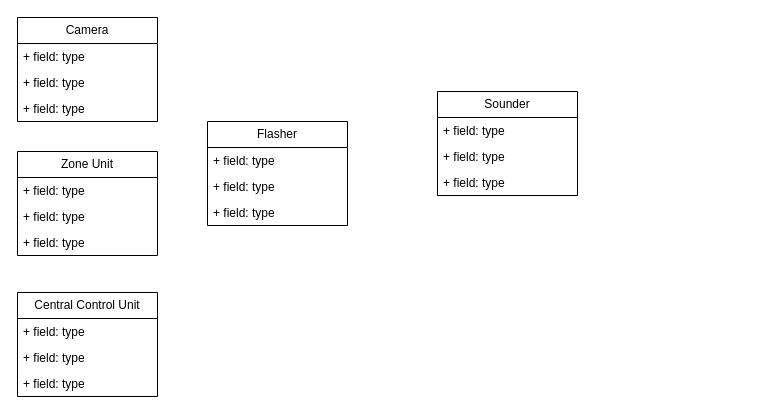
This is week12-workshop11.drawio from antonykimuom/SWEN30006-2025-SM1-workshop1-tuew05-14-00-team-12, a draw.io file, before an edit. Source tidied: cells renumbered, new cells numbered last; positions are measured from the earlier drawing's top-left corner, leaving out a move shared by most shapes. Both pictures are drawn from the tidied source at 100%, with x=0, y=0 at pixel (17, 17).
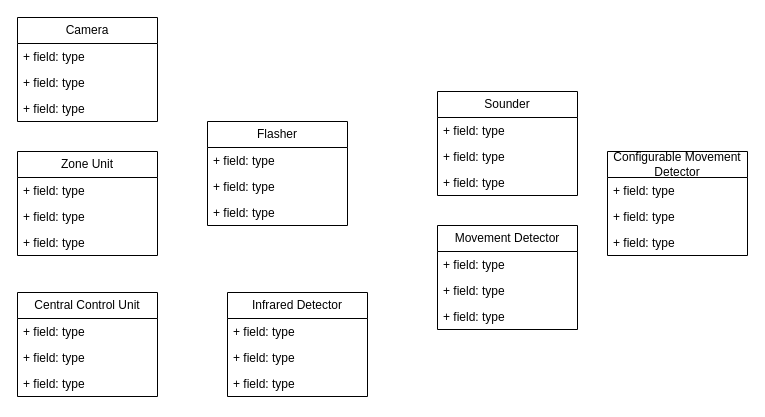
The same diagram, later.

Change to the diagram source:
```diff
@@
+    <mxCell id="22" value="Infrared Detector" style="swimlane;fontStyle=0;horizontal=1;startSize=26;fillColor=none;whiteSpace=wrap;html=1;" parent="1" vertex="1">
+      <mxGeometry x="210" y="275" width="140" height="104" as="geometry" />
+    </mxCell>
+    <mxCell id="23" value="+ field: type" style="text;strokeColor=none;fillColor=none;align=left;verticalAlign=top;spacingLeft=4;spacingRight=4;overflow=hidden;whiteSpace=wrap;html=1;" parent="22" vertex="1">
+      <mxGeometry y="26" width="140" height="26" as="geometry" />
+    </mxCell>
+    <mxCell id="24" value="+ field: type" style="text;strokeColor=none;fillColor=none;align=left;verticalAlign=top;spacingLeft=4;spacingRight=4;overflow=hidden;whiteSpace=wrap;html=1;" parent="22" vertex="1">
+      <mxGeometry y="52" width="140" height="26" as="geometry" />
+    </mxCell>
+    <mxCell id="25" value="+ field: type" style="text;strokeColor=none;fillColor=none;align=left;verticalAlign=top;spacingLeft=4;spacingRight=4;overflow=hidden;whiteSpace=wrap;html=1;" parent="22" vertex="1">
+      <mxGeometry y="78" width="140" height="26" as="geometry" />
+    </mxCell>
+    <mxCell id="26" value="Movement Detector" style="swimlane;fontStyle=0;horizontal=1;startSize=26;fillColor=none;whiteSpace=wrap;html=1;" parent="1" vertex="1">
+      <mxGeometry x="420" y="208" width="140" height="104" as="geometry" />
+    </mxCell>
+    <mxCell id="27" value="+ field: type" style="text;strokeColor=none;fillColor=none;align=left;verticalAlign=top;spacingLeft=4;spacingRight=4;overflow=hidden;whiteSpace=wrap;html=1;" parent="26" vertex="1">
+      <mxGeometry y="26" width="140" height="26" as="geometry" />
+    </mxCell>
+    <mxCell id="28" value="+ field: type" style="text;strokeColor=none;fillColor=none;align=left;verticalAlign=top;spacingLeft=4;spacingRight=4;overflow=hidden;whiteSpace=wrap;html=1;" parent="26" vertex="1">
+      <mxGeometry y="52" width="140" height="26" as="geometry" />
+    </mxCell>
+    <mxCell id="29" value="+ field: type" style="text;strokeColor=none;fillColor=none;align=left;verticalAlign=top;spacingLeft=4;spacingRight=4;overflow=hidden;whiteSpace=wrap;html=1;" parent="26" vertex="1">
+      <mxGeometry y="78" width="140" height="26" as="geometry" />
+    </mxCell>
+    <mxCell id="30" value="Configurable Movement Detector" style="swimlane;fontStyle=0;horizontal=1;startSize=26;fillColor=none;whiteSpace=wrap;html=1;" parent="1" vertex="1">
+      <mxGeometry x="590" y="134" width="140" height="104" as="geometry" />
+    </mxCell>
+    <mxCell id="31" value="+ field: type" style="text;strokeColor=none;fillColor=none;align=left;verticalAlign=top;spacingLeft=4;spacingRight=4;overflow=hidden;whiteSpace=wrap;html=1;" parent="30" vertex="1">
+      <mxGeometry y="26" width="140" height="26" as="geometry" />
+    </mxCell>
+    <mxCell id="32" value="+ field: type" style="text;strokeColor=none;fillColor=none;align=left;verticalAlign=top;spacingLeft=4;spacingRight=4;overflow=hidden;whiteSpace=wrap;html=1;" parent="30" vertex="1">
+      <mxGeometry y="52" width="140" height="26" as="geometry" />
+    </mxCell>
+    <mxCell id="33" value="+ field: type" style="text;strokeColor=none;fillColor=none;align=left;verticalAlign=top;spacingLeft=4;spacingRight=4;overflow=hidden;whiteSpace=wrap;html=1;" parent="30" vertex="1">
+      <mxGeometry y="78" width="140" height="26" as="geometry" />
+    </mxCell>
```
